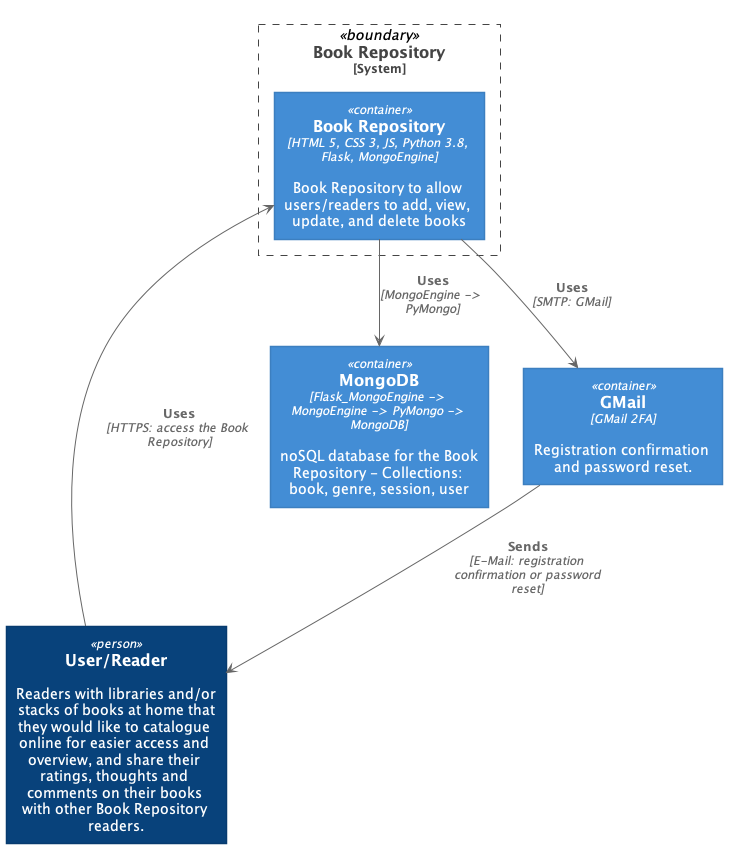
Before: out/documentation/book_repository_context/book_repository_context.png, a diagram exported from PlantUML (NaoiseGaffney/BookRepository). The source it was exported from:
```plantuml
@startuml
!includeurl https://raw.githubusercontent.com/RicardoNiepel/C4-PlantUML/release/1-0/C4_Container.puml

Person(userAlias, "User/Reader", "Readers with libraries and/or stacks of books at home that they would like to catalogue online for easier access and overview, and share their ratings, thoughts and comments on their books with other Book Repository readers.")
System_Boundary(c1, "Book Repository") {
    Container(flask_app, "Book Repository", "HTML 5, CSS 3, JS, Python 3.8, Flask, MongoEngine", "Book Repository to allow users/readers to add, view, update, and delete books")
}
Container(database, "MongoDB", "Flask_MongoEngine -> MongoEngine -> PyMongo -> MongoDB" ,"noSQL database for the Book Repository - Collections: book, genre, session, user")
Container(gmail, "GMail", "GMail 2FA", "Registration confirmation and password reset.")

Rel(userAlias, flask_app, "Uses", "HTTPS: access the Book Repository")
Rel(flask_app, gmail, "Uses", "SMTP: GMail")
Rel(flask_app, database, "Uses", "MongoEngine -> PyMongo")
Rel(gmail, userAlias, "Sends", "E-Mail: registration confirmation or password reset")

@enduml
```
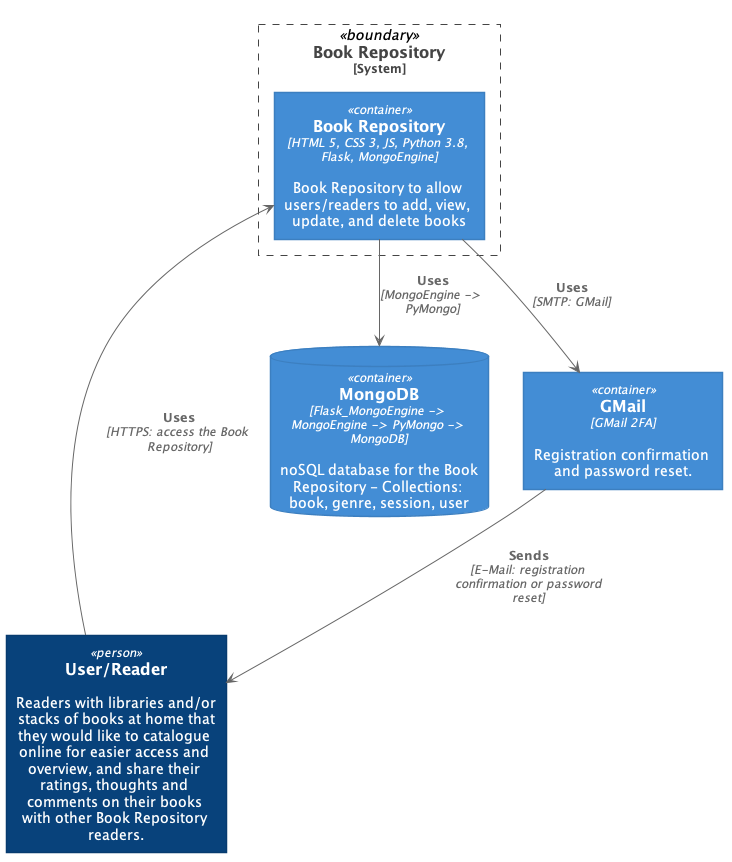
Later version of the same file.

What changed in the source:
```diff
@@ -5,7 +5,7 @@
 System_Boundary(c1, "Book Repository") {
     Container(flask_app, "Book Repository", "HTML 5, CSS 3, JS, Python 3.8, Flask, MongoEngine", "Book Repository to allow users/readers to add, view, update, and delete books")
 }
-Container(database, "MongoDB", "Flask_MongoEngine -> MongoEngine -> PyMongo -> MongoDB" ,"noSQL database for the Book Repository - Collections: book, genre, session, user")
+ContainerDb(database, "MongoDB", "Flask_MongoEngine -> MongoEngine -> PyMongo -> MongoDB" ,"noSQL database for the Book Repository - Collections: book, genre, session, user")
 Container(gmail, "GMail", "GMail 2FA", "Registration confirmation and password reset.")
 
 Rel(userAlias, flask_app, "Uses", "HTTPS: access the Book Repository")
```
